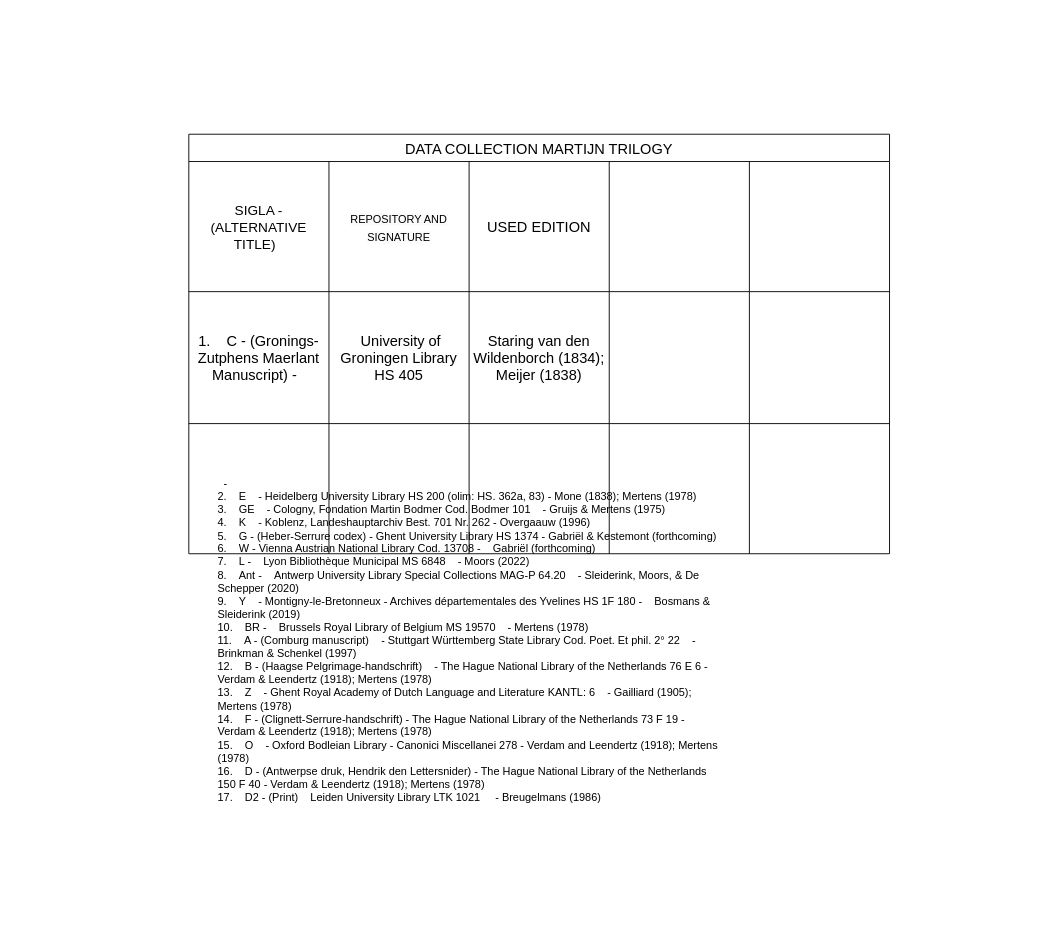
The draw.io diagram Diagram zonder titel.drawio in SofieMoors/collateconstraints, before the edit. Source tidied: cells renumbered, new cells numbered last; positions are measured from the earlier drawing's top-left corner, leaving out a move shared by most shapes. Both pictures are drawn from the tidied source at 91%, with x=0, y=0 at pixel (188, 134).
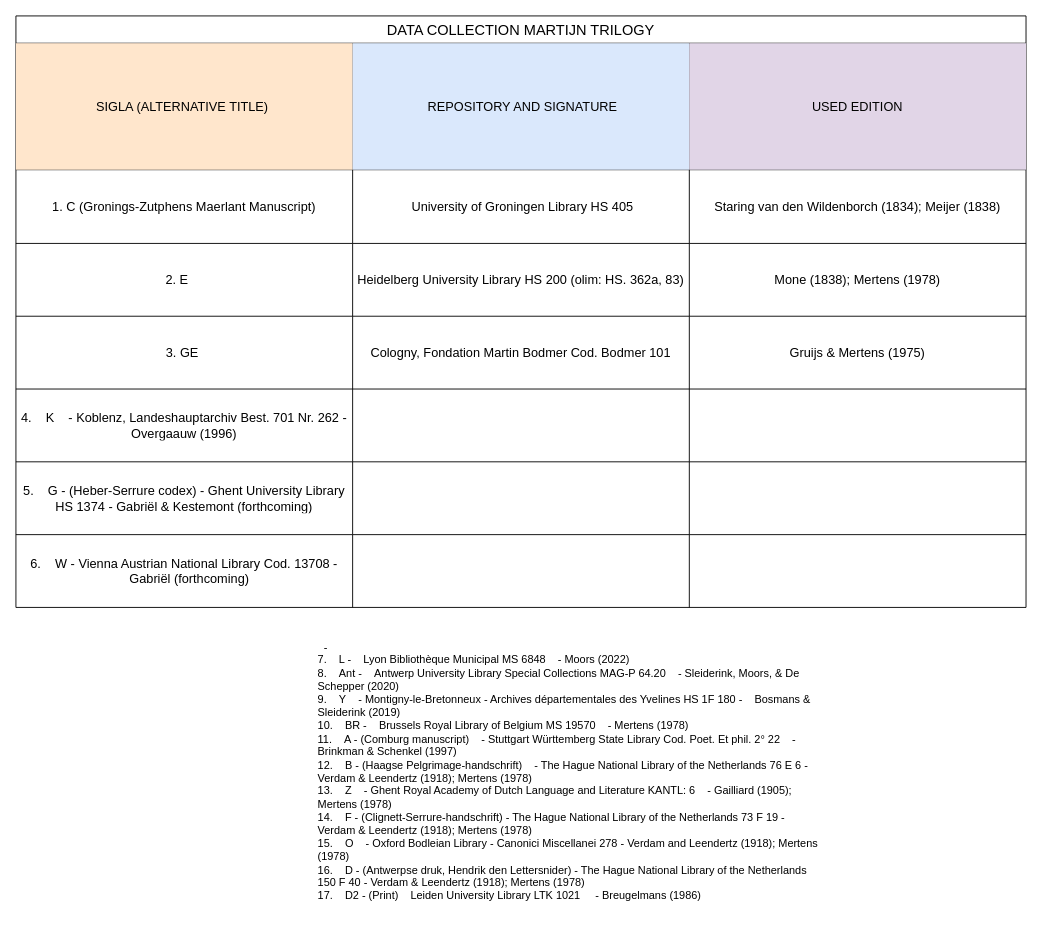
After the change.

The edit, as a diff of the source:
```diff
@@
-    <mxCell id="2" value="DATA COLLECTION MARTIJN TRILOGY" style="shape=table;startSize=30;childLayout=tableLayout;strokeColor=default;fontSize=16;" parent="1" vertex="1">
-      <mxGeometry width="770" height="461" as="geometry" />
+    <mxCell id="2" value="DATA COLLECTION MARTIJN TRILOGY" style="shape=table;startSize=30;childLayout=tableLayout;strokeColor=default;fontSize=16;align=center;" parent="1" vertex="1">
+      <mxGeometry x="-190" y="-130" width="1110" height="650" as="geometry" />
     </mxCell>
-    <mxCell id="3" style="shape=tableRow;horizontal=0;startSize=0;swimlaneHead=0;swimlaneBody=0;strokeColor=inherit;top=0;left=0;bottom=0;right=0;fillColor=none;fontSize=16;" parent="2" vertex="1">
-      <mxGeometry y="30" width="770" height="143" as="geometry" />
+    <mxCell id="3" style="shape=tableRow;horizontal=0;startSize=0;swimlaneHead=0;swimlaneBody=0;strokeColor=inherit;top=0;left=0;bottom=0;right=0;fillColor=none;fontSize=14;align=center;labelBorderColor=none;whiteSpace=wrap;" parent="2" vertex="1">
+      <mxGeometry y="30" width="1110" height="139" as="geometry" />
     </mxCell>
-    <mxCell id="4" value="&lt;font style=&quot;font-size: 15px;&quot;&gt;SIGLA - (ALTERNATIVE TITLE)&amp;nbsp;&amp;nbsp;&lt;/font&gt;" style="shape=partialRectangle;html=1;whiteSpace=wrap;strokeColor=inherit;overflow=hidden;fillColor=none;top=0;left=0;bottom=0;right=0;fontSize=16;" parent="3" vertex="1">
-      <mxGeometry width="154" height="143" as="geometry" />
+    <mxCell id="4" value="SIGLA (ALTERNATIVE TITLE) " style="shape=partialRectangle;strokeColor=#d79b00;overflow=hidden;fillColor=#ffe6cc;top=0;left=0;bottom=0;right=0;fontSize=14;align=center;labelBorderColor=none;whiteSpace=wrap;" parent="3" vertex="1">
+      <mxGeometry width="370" height="139" as="geometry" />
     </mxCell>
-    <mxCell id="5" value="&lt;span style=&quot;color: rgb(0, 0, 0); font-family: Helvetica; font-size: 12px; font-style: normal; font-variant-ligatures: normal; font-variant-caps: normal; font-weight: 400; letter-spacing: normal; orphans: 2; text-align: left; text-indent: 0px; text-transform: none; widows: 2; word-spacing: 0px; -webkit-text-stroke-width: 0px; background-color: rgb(251, 251, 251); text-decoration-thickness: initial; text-decoration-style: initial; text-decoration-color: initial; float: none; display: inline !important;&quot;&gt;REPOSITORY AND SIGNATURE&lt;/span&gt;" style="shape=partialRectangle;html=1;whiteSpace=wrap;strokeColor=inherit;overflow=hidden;fillColor=none;top=0;left=0;bottom=0;right=0;fontSize=16;" parent="3" vertex="1">
-      <mxGeometry x="154" width="154" height="143" as="geometry" />
+    <mxCell id="5" value=" REPOSITORY AND SIGNATURE" style="shape=partialRectangle;strokeColor=#6c8ebf;overflow=hidden;fillColor=#dae8fc;top=0;left=0;bottom=0;right=0;fontSize=14;align=center;labelBorderColor=none;whiteSpace=wrap;" parent="3" vertex="1">
+      <mxGeometry x="370" width="370" height="139" as="geometry" />
     </mxCell>
-    <mxCell id="6" value="USED EDITION" style="shape=partialRectangle;html=1;whiteSpace=wrap;strokeColor=inherit;overflow=hidden;fillColor=none;top=0;left=0;bottom=0;right=0;fontSize=16;" parent="3" vertex="1">
-      <mxGeometry x="308" width="154" height="143" as="geometry" />
+    <mxCell id="6" value="USED EDITION" style="shape=partialRectangle;strokeColor=#9673a6;overflow=hidden;fillColor=#e1d5e7;top=0;left=0;bottom=0;right=0;fontSize=14;align=center;labelBorderColor=none;whiteSpace=wrap;" parent="3" vertex="1">
+      <mxGeometry x="740" width="370" height="139" as="geometry" />
     </mxCell>
-    <mxCell id="7" style="shape=partialRectangle;html=1;whiteSpace=wrap;strokeColor=inherit;overflow=hidden;fillColor=none;top=0;left=0;bottom=0;right=0;fontSize=16;" parent="3" vertex="1">
-      <mxGeometry x="462" width="154" height="143" as="geometry" />
-    </mxCell>
-    <mxCell id="8" style="shape=partialRectangle;html=1;whiteSpace=wrap;strokeColor=inherit;overflow=hidden;fillColor=none;top=0;left=0;bottom=0;right=0;fontSize=16;" parent="3" vertex="1">
-      <mxGeometry x="616" width="154" height="143" as="geometry" />
-    </mxCell>
-    <mxCell id="9" style="shape=tableRow;horizontal=0;startSize=0;swimlaneHead=0;swimlaneBody=0;strokeColor=inherit;top=0;left=0;bottom=0;right=0;fillColor=none;fontSize=16;" parent="2" vertex="1">
-      <mxGeometry y="173" width="770" height="145" as="geometry" />
+    <mxCell id="9" style="shape=tableRow;horizontal=0;startSize=0;swimlaneHead=0;swimlaneBody=0;strokeColor=inherit;top=0;left=0;bottom=0;right=0;fillColor=none;fontSize=14;align=center;labelBorderColor=none;whiteSpace=wrap;" parent="2" vertex="1">
+      <mxGeometry y="169" width="1110" height="81" as="geometry" />
     </mxCell>
-    <mxCell id="10" value="1.&amp;nbsp;&amp;nbsp;&amp;nbsp;&amp;nbsp;C - (Gronings-Zutphens Maerlant Manuscript) -&amp;nbsp;&amp;nbsp;" style="shape=partialRectangle;html=1;whiteSpace=wrap;strokeColor=inherit;overflow=hidden;fillColor=none;top=0;left=0;bottom=0;right=0;fontSize=16;" parent="9" vertex="1">
-      <mxGeometry width="154" height="145" as="geometry" />
+    <mxCell id="10" value="1. C (Gronings-Zutphens Maerlant Manuscript)" style="shape=partialRectangle;strokeColor=inherit;overflow=hidden;fillColor=none;top=0;left=0;bottom=0;right=0;fontSize=14;align=center;labelBorderColor=none;whiteSpace=wrap;" parent="9" vertex="1">
+      <mxGeometry width="370" height="81" as="geometry" />
     </mxCell>
-    <mxCell id="11" value="&amp;nbsp;University of Groningen Library HS 405" style="shape=partialRectangle;html=1;whiteSpace=wrap;strokeColor=inherit;overflow=hidden;fillColor=none;top=0;left=0;bottom=0;right=0;fontSize=16;" parent="9" vertex="1">
-      <mxGeometry x="154" width="154" height="145" as="geometry" />
+    <mxCell id="11" value=" University of Groningen Library HS 405" style="shape=partialRectangle;strokeColor=inherit;overflow=hidden;fillColor=none;top=0;left=0;bottom=0;right=0;fontSize=14;align=center;labelBorderColor=none;whiteSpace=wrap;" parent="9" vertex="1">
+      <mxGeometry x="370" width="370" height="81" as="geometry" />
     </mxCell>
-    <mxCell id="12" value="Staring van den Wildenborch (1834); Meijer (1838)" style="shape=partialRectangle;html=1;whiteSpace=wrap;strokeColor=inherit;overflow=hidden;fillColor=none;top=0;left=0;bottom=0;right=0;fontSize=16;" parent="9" vertex="1">
-      <mxGeometry x="308" width="154" height="145" as="geometry" />
+    <mxCell id="12" value="Staring van den Wildenborch (1834); Meijer (1838)" style="shape=partialRectangle;strokeColor=inherit;overflow=hidden;fillColor=none;top=0;left=0;bottom=0;right=0;fontSize=14;align=center;labelBorderColor=none;whiteSpace=wrap;" parent="9" vertex="1">
+      <mxGeometry x="740" width="370" height="81" as="geometry" />
     </mxCell>
-    <mxCell id="13" style="shape=partialRectangle;html=1;whiteSpace=wrap;strokeColor=inherit;overflow=hidden;fillColor=none;top=0;left=0;bottom=0;right=0;fontSize=16;" parent="9" vertex="1">
-      <mxGeometry x="462" width="154" height="145" as="geometry" />
-    </mxCell>
-    <mxCell id="14" style="shape=partialRectangle;html=1;whiteSpace=wrap;strokeColor=inherit;overflow=hidden;fillColor=none;top=0;left=0;bottom=0;right=0;fontSize=16;" parent="9" vertex="1">
-      <mxGeometry x="616" width="154" height="145" as="geometry" />
-    </mxCell>
-    <mxCell id="15" style="shape=tableRow;horizontal=0;startSize=0;swimlaneHead=0;swimlaneBody=0;strokeColor=inherit;top=0;left=0;bottom=0;right=0;fillColor=none;fontSize=16;" parent="2" vertex="1">
-      <mxGeometry y="318" width="770" height="143" as="geometry" />
+    <mxCell id="15" style="shape=tableRow;horizontal=0;startSize=0;swimlaneHead=0;swimlaneBody=0;strokeColor=inherit;top=0;left=0;bottom=0;right=0;fillColor=none;fontSize=14;align=center;labelBorderColor=none;whiteSpace=wrap;" parent="2" vertex="1">
+      <mxGeometry y="250" width="1110" height="80" as="geometry" />
     </mxCell>
-    <mxCell id="16" style="shape=partialRectangle;html=1;whiteSpace=wrap;strokeColor=inherit;overflow=hidden;fillColor=none;top=0;left=0;bottom=0;right=0;fontSize=16;" parent="15" vertex="1">
-      <mxGeometry width="154" height="143" as="geometry" />
+    <mxCell id="16" value="2. E    " style="shape=partialRectangle;strokeColor=inherit;overflow=hidden;fillColor=none;top=0;left=0;bottom=0;right=0;fontSize=14;align=center;labelBorderColor=none;whiteSpace=wrap;" parent="15" vertex="1">
+      <mxGeometry width="370" height="80" as="geometry" />
     </mxCell>
-    <mxCell id="17" style="shape=partialRectangle;html=1;whiteSpace=wrap;strokeColor=inherit;overflow=hidden;fillColor=none;top=0;left=0;bottom=0;right=0;fontSize=16;" parent="15" vertex="1">
-      <mxGeometry x="154" width="154" height="143" as="geometry" />
+    <mxCell id="17" value="Heidelberg University Library HS 200 (olim: HS. 362a, 83)" style="shape=partialRectangle;strokeColor=inherit;overflow=hidden;fillColor=none;top=0;left=0;bottom=0;right=0;fontSize=14;align=center;labelBorderColor=none;whiteSpace=wrap;" parent="15" vertex="1">
+      <mxGeometry x="370" width="370" height="80" as="geometry" />
     </mxCell>
-    <mxCell id="18" style="shape=partialRectangle;html=1;whiteSpace=wrap;strokeColor=inherit;overflow=hidden;fillColor=none;top=0;left=0;bottom=0;right=0;fontSize=16;" parent="15" vertex="1">
-      <mxGeometry x="308" width="154" height="143" as="geometry" />
+    <mxCell id="18" value="Mone (1838); Mertens (1978)" style="shape=partialRectangle;strokeColor=inherit;overflow=hidden;fillColor=none;top=0;left=0;bottom=0;right=0;fontSize=14;align=center;labelBorderColor=none;whiteSpace=wrap;" parent="15" vertex="1">
+      <mxGeometry x="740" width="370" height="80" as="geometry" />
     </mxCell>
-    <mxCell id="19" style="shape=partialRectangle;html=1;whiteSpace=wrap;strokeColor=inherit;overflow=hidden;fillColor=none;top=0;left=0;bottom=0;right=0;fontSize=16;" parent="15" vertex="1">
-      <mxGeometry x="462" width="154" height="143" as="geometry" />
-    </mxCell>
-    <mxCell id="20" style="shape=partialRectangle;html=1;whiteSpace=wrap;strokeColor=inherit;overflow=hidden;fillColor=none;top=0;left=0;bottom=0;right=0;fontSize=16;" parent="15" vertex="1">
-      <mxGeometry x="616" width="154" height="143" as="geometry" />
-    </mxCell>
+    <mxCell id="22" style="shape=tableRow;horizontal=0;startSize=0;swimlaneHead=0;swimlaneBody=0;strokeColor=inherit;top=0;left=0;bottom=0;right=0;fillColor=none;fontSize=14;align=center;labelBorderColor=none;whiteSpace=wrap;" parent="2" vertex="1">
+      <mxGeometry y="330" width="1110" height="80" as="geometry" />
+    </mxCell>
+    <mxCell id="23" value="3. GE " style="shape=partialRectangle;strokeColor=inherit;overflow=hidden;fillColor=none;top=0;left=0;bottom=0;right=0;fontSize=14;align=center;labelBorderColor=none;whiteSpace=wrap;" parent="22" vertex="1">
+      <mxGeometry width="370" height="80" as="geometry" />
+    </mxCell>
+    <mxCell id="24" value="Cologny, Fondation Martin Bodmer Cod. Bodmer 101" style="shape=partialRectangle;strokeColor=inherit;overflow=hidden;fillColor=none;top=0;left=0;bottom=0;right=0;fontSize=14;align=center;labelBorderColor=none;whiteSpace=wrap;" parent="22" vertex="1">
+      <mxGeometry x="370" width="370" height="80" as="geometry" />
+    </mxCell>
+    <mxCell id="25" value="Gruijs &amp; Mertens (1975)" style="shape=partialRectangle;strokeColor=inherit;overflow=hidden;fillColor=none;top=0;left=0;bottom=0;right=0;fontSize=14;align=center;labelBorderColor=none;whiteSpace=wrap;" parent="22" vertex="1">
+      <mxGeometry x="740" width="370" height="80" as="geometry" />
+    </mxCell>
+    <mxCell id="26" style="shape=tableRow;horizontal=0;startSize=0;swimlaneHead=0;swimlaneBody=0;strokeColor=inherit;top=0;left=0;bottom=0;right=0;fillColor=none;fontSize=14;align=center;labelBorderColor=none;whiteSpace=wrap;" parent="2" vertex="1">
+      <mxGeometry y="410" width="1110" height="80" as="geometry" />
+    </mxCell>
+    <mxCell id="27" value="4.    K    - Koblenz, Landeshauptarchiv Best. 701 Nr. 262 - Overgaauw (1996)" style="shape=partialRectangle;strokeColor=inherit;overflow=hidden;fillColor=none;top=0;left=0;bottom=0;right=0;fontSize=14;align=center;labelBorderColor=none;whiteSpace=wrap;" parent="26" vertex="1">
+      <mxGeometry width="370" height="80" as="geometry" />
+    </mxCell>
+    <mxCell id="28" style="shape=partialRectangle;strokeColor=inherit;overflow=hidden;fillColor=none;top=0;left=0;bottom=0;right=0;fontSize=14;align=center;labelBorderColor=none;whiteSpace=wrap;" parent="26" vertex="1">
+      <mxGeometry x="370" width="370" height="80" as="geometry" />
+    </mxCell>
+    <mxCell id="29" style="shape=partialRectangle;strokeColor=inherit;overflow=hidden;fillColor=none;top=0;left=0;bottom=0;right=0;fontSize=14;align=center;labelBorderColor=none;whiteSpace=wrap;" parent="26" vertex="1">
+      <mxGeometry x="740" width="370" height="80" as="geometry" />
+    </mxCell>
+    <mxCell id="30" style="shape=tableRow;horizontal=0;startSize=0;swimlaneHead=0;swimlaneBody=0;strokeColor=inherit;top=0;left=0;bottom=0;right=0;fillColor=none;fontSize=14;align=center;labelBorderColor=none;whiteSpace=wrap;" parent="2" vertex="1">
+      <mxGeometry y="490" width="1110" height="80" as="geometry" />
+    </mxCell>
+    <mxCell id="31" value="5.    G - (Heber-Serrure codex) - Ghent University Library HS 1374 - Gabriël &amp; Kestemont (forthcoming)" style="shape=partialRectangle;strokeColor=inherit;overflow=hidden;fillColor=none;top=0;left=0;bottom=0;right=0;fontSize=14;align=center;labelBorderColor=none;whiteSpace=wrap;" parent="30" vertex="1">
+      <mxGeometry width="370" height="80" as="geometry" />
+    </mxCell>
+    <mxCell id="32" style="shape=partialRectangle;strokeColor=inherit;overflow=hidden;fillColor=none;top=0;left=0;bottom=0;right=0;fontSize=14;align=center;labelBorderColor=none;whiteSpace=wrap;" parent="30" vertex="1">
+      <mxGeometry x="370" width="370" height="80" as="geometry" />
+    </mxCell>
+    <mxCell id="33" style="shape=partialRectangle;strokeColor=inherit;overflow=hidden;fillColor=none;top=0;left=0;bottom=0;right=0;fontSize=14;align=center;labelBorderColor=none;whiteSpace=wrap;" parent="30" vertex="1">
+      <mxGeometry x="740" width="370" height="80" as="geometry" />
+    </mxCell>
+    <mxCell id="34" style="shape=tableRow;horizontal=0;startSize=0;swimlaneHead=0;swimlaneBody=0;strokeColor=inherit;top=0;left=0;bottom=0;right=0;fillColor=none;fontSize=14;align=center;labelBorderColor=none;whiteSpace=wrap;" parent="2" vertex="1">
+      <mxGeometry y="570" width="1110" height="80" as="geometry" />
+    </mxCell>
+    <mxCell id="35" value="6.    W - Vienna Austrian National Library Cod. 13708 -    Gabriël (forthcoming) " style="shape=partialRectangle;strokeColor=inherit;overflow=hidden;fillColor=none;top=0;left=0;bottom=0;right=0;fontSize=14;align=center;labelBorderColor=none;whiteSpace=wrap;" parent="34" vertex="1">
+      <mxGeometry width="370" height="80" as="geometry" />
+    </mxCell>
+    <mxCell id="36" style="shape=partialRectangle;strokeColor=inherit;overflow=hidden;fillColor=none;top=0;left=0;bottom=0;right=0;fontSize=14;align=center;labelBorderColor=none;whiteSpace=wrap;" parent="34" vertex="1">
+      <mxGeometry x="370" width="370" height="80" as="geometry" />
+    </mxCell>
+    <mxCell id="37" style="shape=partialRectangle;strokeColor=inherit;overflow=hidden;fillColor=none;top=0;left=0;bottom=0;right=0;fontSize=14;align=center;labelBorderColor=none;whiteSpace=wrap;" parent="34" vertex="1">
+      <mxGeometry x="740" width="370" height="80" as="geometry" />
+    </mxCell>
-    <mxCell id="21" value="&amp;nbsp; -&amp;nbsp;&lt;br&gt;2.&amp;nbsp;&amp;nbsp;&amp;nbsp;&amp;nbsp;E&amp;nbsp;&amp;nbsp;&amp;nbsp;&amp;nbsp;- Heidelberg University Library HS 200 (olim: HS. 362a, 83) - Mone (1838); Mertens (1978)&lt;br&gt;3.&amp;nbsp;&amp;nbsp;&amp;nbsp;&amp;nbsp;GE&amp;nbsp;&amp;nbsp;&amp;nbsp;&amp;nbsp;- Cologny, Fondation Martin Bodmer Cod. Bodmer 101&amp;nbsp;&amp;nbsp;&amp;nbsp;&amp;nbsp;- Gruijs &amp;amp; Mertens (1975)&lt;br&gt;4.&amp;nbsp;&amp;nbsp;&amp;nbsp;&amp;nbsp;K&amp;nbsp;&amp;nbsp;&amp;nbsp;&amp;nbsp;- Koblenz, Landeshauptarchiv Best. 701 Nr. 262 - Overgaauw (1996)&lt;br&gt;5.&amp;nbsp;&amp;nbsp;&amp;nbsp;&amp;nbsp;G - (Heber-Serrure codex) - Ghent University Library HS 1374 - Gabriël &amp;amp; Kestemont (forthcoming)&lt;br&gt;6.&amp;nbsp;&amp;nbsp;&amp;nbsp;&amp;nbsp;W - Vienna Austrian National Library Cod. 13708 -&amp;nbsp;&amp;nbsp;&amp;nbsp;&amp;nbsp;Gabriël (forthcoming)&amp;nbsp;&lt;br&gt;7.&amp;nbsp;&amp;nbsp;&amp;nbsp;&amp;nbsp;L -&amp;nbsp;&amp;nbsp;&amp;nbsp;&amp;nbsp;Lyon Bibliothèque Municipal MS 6848&amp;nbsp;&amp;nbsp;&amp;nbsp;&amp;nbsp;- Moors (2022)&lt;br&gt;8.&amp;nbsp;&amp;nbsp;&amp;nbsp;&amp;nbsp;Ant -&amp;nbsp;&amp;nbsp;&amp;nbsp;&amp;nbsp;Antwerp University Library Special Collections MAG-P 64.20&amp;nbsp;&amp;nbsp;&amp;nbsp;&amp;nbsp;- Sleiderink, Moors, &amp;amp; De Schepper (2020)&lt;br&gt;9.&amp;nbsp;&amp;nbsp;&amp;nbsp;&amp;nbsp;Y&amp;nbsp;&amp;nbsp;&amp;nbsp;&amp;nbsp;- Montigny-le-Bretonneux - Archives départementales des Yvelines HS 1F 180 -&amp;nbsp;&amp;nbsp;&amp;nbsp;&amp;nbsp;Bosmans &amp;amp; Sleiderink (2019)&amp;nbsp;&lt;br&gt;10.&amp;nbsp;&amp;nbsp;&amp;nbsp;&amp;nbsp;BR -&amp;nbsp;&amp;nbsp;&amp;nbsp;&amp;nbsp;Brussels Royal Library of Belgium MS 19570&amp;nbsp;&amp;nbsp;&amp;nbsp;&amp;nbsp;- Mertens (1978)&lt;br&gt;11.&amp;nbsp;&amp;nbsp;&amp;nbsp;&amp;nbsp;A - (Comburg manuscript)&amp;nbsp;&amp;nbsp;&amp;nbsp;&amp;nbsp;- Stuttgart Württemberg State Library Cod. Poet. Et phil. 2° 22&amp;nbsp;&amp;nbsp;&amp;nbsp;&amp;nbsp;- Brinkman &amp;amp; Schenkel (1997)&lt;br&gt;12.&amp;nbsp;&amp;nbsp;&amp;nbsp;&amp;nbsp;B - (Haagse Pelgrimage-handschrift)&amp;nbsp;&amp;nbsp;&amp;nbsp;&amp;nbsp;- The Hague National Library of the Netherlands 76 E 6 - Verdam &amp;amp; Leendertz (1918); Mertens (1978)&lt;br&gt;13.&amp;nbsp;&amp;nbsp;&amp;nbsp;&amp;nbsp;Z&amp;nbsp;&amp;nbsp;&amp;nbsp;&amp;nbsp;- Ghent Royal Academy of Dutch Language and Literature KANTL: 6&amp;nbsp;&amp;nbsp;&amp;nbsp;&amp;nbsp;- Gailliard (1905); Mertens (1978)&amp;nbsp;&lt;br&gt;14.&amp;nbsp;&amp;nbsp;&amp;nbsp;&amp;nbsp;F - (Clignett-Serrure-handschrift) - The Hague National Library of the Netherlands 73 F 19 - Verdam &amp;amp; Leendertz (1918); Mertens (1978)&lt;br&gt;15.&amp;nbsp;&amp;nbsp;&amp;nbsp;&amp;nbsp;O&amp;nbsp;&amp;nbsp;&amp;nbsp;&amp;nbsp;- Oxford Bodleian Library - Canonici Miscellanei 278 - Verdam and Leendertz (1918); Mertens (1978)&lt;br&gt;16.&amp;nbsp;&amp;nbsp;&amp;nbsp;&amp;nbsp;D - (Antwerpse druk, Hendrik den Lettersnider) - The Hague National Library of the Netherlands 150 F 40 - Verdam &amp;amp; Leendertz (1918); Mertens (1978)&lt;br&gt;17.&amp;nbsp;&amp;nbsp;&amp;nbsp;&amp;nbsp;D2 - (Print)&amp;nbsp;&amp;nbsp;&amp;nbsp;&amp;nbsp;Leiden University Library LTK 1021 &amp;nbsp;&amp;nbsp;&amp;nbsp;&amp;nbsp;- Breugelmans (1986)" style="text;whiteSpace=wrap;html=1;" parent="1" vertex="1">
-      <mxGeometry x="30" y="370" width="560" height="330" as="geometry" />
+    <mxCell id="21" value="&amp;nbsp; -&amp;nbsp;&lt;br&gt;7.&amp;nbsp;&amp;nbsp;&amp;nbsp;&amp;nbsp;L -&amp;nbsp;&amp;nbsp;&amp;nbsp;&amp;nbsp;Lyon Bibliothèque Municipal MS 6848&amp;nbsp;&amp;nbsp;&amp;nbsp;&amp;nbsp;- Moors (2022)&lt;br&gt;8.&amp;nbsp;&amp;nbsp;&amp;nbsp;&amp;nbsp;Ant -&amp;nbsp;&amp;nbsp;&amp;nbsp;&amp;nbsp;Antwerp University Library Special Collections MAG-P 64.20&amp;nbsp;&amp;nbsp;&amp;nbsp;&amp;nbsp;- Sleiderink, Moors, &amp;amp; De Schepper (2020)&lt;br&gt;9.&amp;nbsp;&amp;nbsp;&amp;nbsp;&amp;nbsp;Y&amp;nbsp;&amp;nbsp;&amp;nbsp;&amp;nbsp;- Montigny-le-Bretonneux - Archives départementales des Yvelines HS 1F 180 -&amp;nbsp;&amp;nbsp;&amp;nbsp;&amp;nbsp;Bosmans &amp;amp; Sleiderink (2019)&amp;nbsp;&lt;br&gt;10.&amp;nbsp;&amp;nbsp;&amp;nbsp;&amp;nbsp;BR -&amp;nbsp;&amp;nbsp;&amp;nbsp;&amp;nbsp;Brussels Royal Library of Belgium MS 19570&amp;nbsp;&amp;nbsp;&amp;nbsp;&amp;nbsp;- Mertens (1978)&lt;br&gt;11.&amp;nbsp;&amp;nbsp;&amp;nbsp;&amp;nbsp;A - (Comburg manuscript)&amp;nbsp;&amp;nbsp;&amp;nbsp;&amp;nbsp;- Stuttgart Württemberg State Library Cod. Poet. Et phil. 2° 22&amp;nbsp;&amp;nbsp;&amp;nbsp;&amp;nbsp;- Brinkman &amp;amp; Schenkel (1997)&lt;br&gt;12.&amp;nbsp;&amp;nbsp;&amp;nbsp;&amp;nbsp;B - (Haagse Pelgrimage-handschrift)&amp;nbsp;&amp;nbsp;&amp;nbsp;&amp;nbsp;- The Hague National Library of the Netherlands 76 E 6 - Verdam &amp;amp; Leendertz (1918); Mertens (1978)&lt;br&gt;13.&amp;nbsp;&amp;nbsp;&amp;nbsp;&amp;nbsp;Z&amp;nbsp;&amp;nbsp;&amp;nbsp;&amp;nbsp;- Ghent Royal Academy of Dutch Language and Literature KANTL: 6&amp;nbsp;&amp;nbsp;&amp;nbsp;&amp;nbsp;- Gailliard (1905); Mertens (1978)&amp;nbsp;&lt;br&gt;14.&amp;nbsp;&amp;nbsp;&amp;nbsp;&amp;nbsp;F - (Clignett-Serrure-handschrift) - The Hague National Library of the Netherlands 73 F 19 - Verdam &amp;amp; Leendertz (1918); Mertens (1978)&lt;br&gt;15.&amp;nbsp;&amp;nbsp;&amp;nbsp;&amp;nbsp;O&amp;nbsp;&amp;nbsp;&amp;nbsp;&amp;nbsp;- Oxford Bodleian Library - Canonici Miscellanei 278 - Verdam and Leendertz (1918); Mertens (1978)&lt;br&gt;16.&amp;nbsp;&amp;nbsp;&amp;nbsp;&amp;nbsp;D - (Antwerpse druk, Hendrik den Lettersnider) - The Hague National Library of the Netherlands 150 F 40 - Verdam &amp;amp; Leendertz (1918); Mertens (1978)&lt;br&gt;17.&amp;nbsp;&amp;nbsp;&amp;nbsp;&amp;nbsp;D2 - (Print)&amp;nbsp;&amp;nbsp;&amp;nbsp;&amp;nbsp;Leiden University Library LTK 1021 &amp;nbsp;&amp;nbsp;&amp;nbsp;&amp;nbsp;- Breugelmans (1986)" style="text;whiteSpace=wrap;html=1;" parent="1" vertex="1">
+      <mxGeometry x="140" y="550" width="560" height="330" as="geometry" />
     </mxCell>
```
